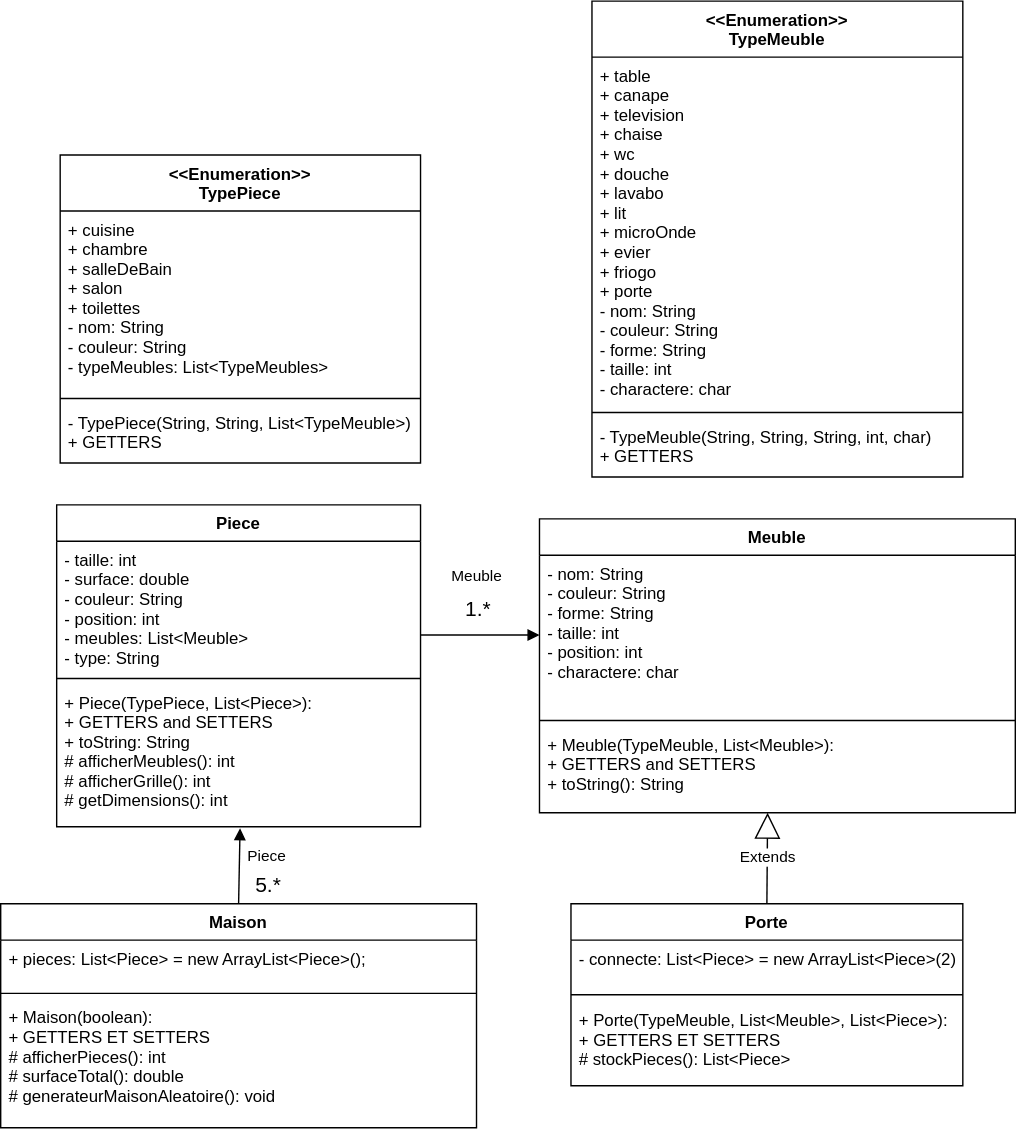
The draw.io diagram TP9_MaisonVirtuelle/assets/diagramme_de_classe.drawio.svg in jeremyfouquet/heritage_java, before a commit. Source tidied: cells renumbered, new cells last; positions are measured from the earlier drawing's top-left corner, leaving out a move shared by most shapes.
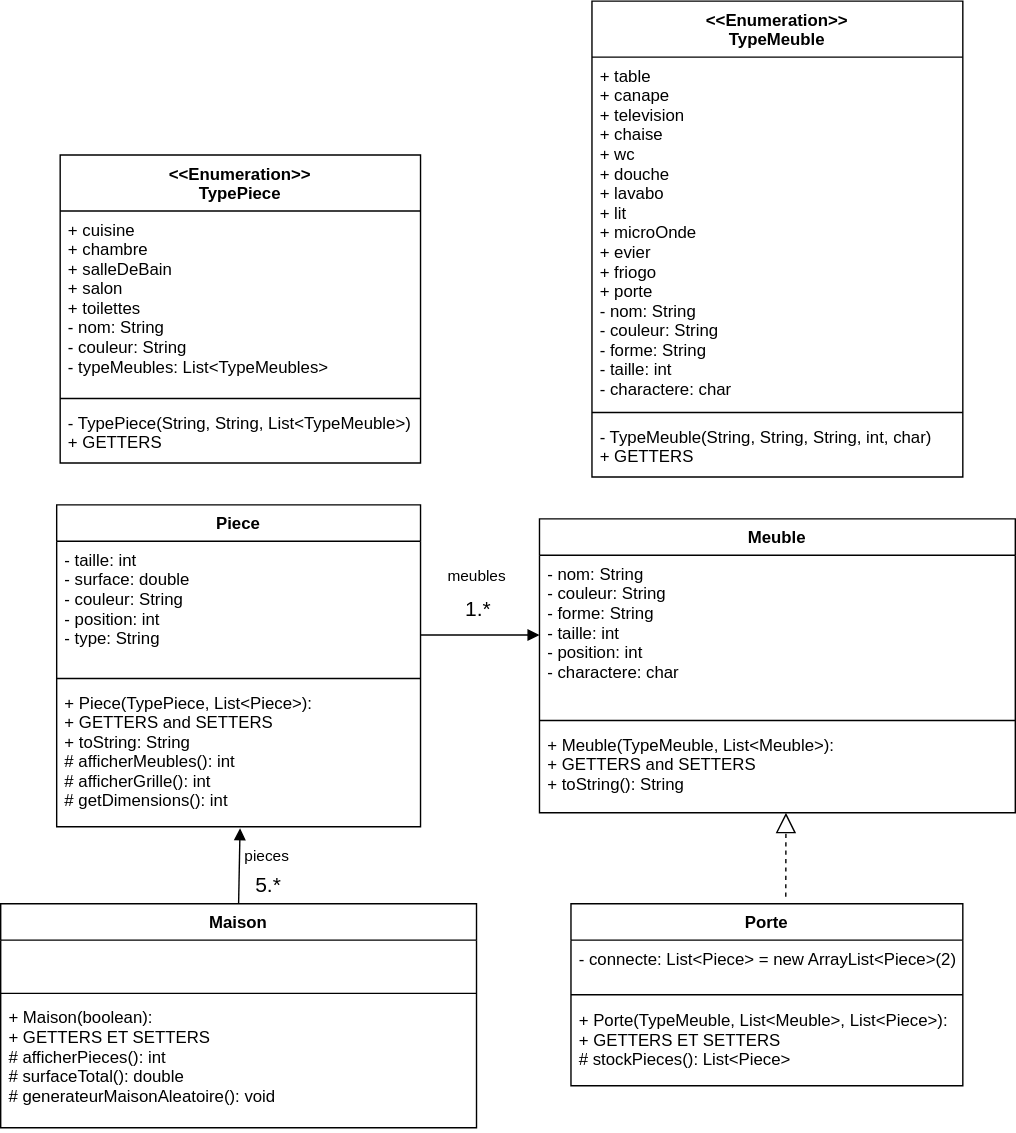
Later version of the same file.

Diff of the diagram source:
```diff
@@ -5,7 +5,7 @@
     <mxCell id="2" value="Piece" style="swimlane;fontStyle=1;align=center;verticalAlign=top;horizontal=1;startSize=26;" parent="1" vertex="1">
       <mxGeometry x="40" y="360" width="260" height="230" as="geometry" />
     </mxCell>
-    <mxCell id="3" value="- taille: int&#10;- surface: double&#10;- couleur: String&#10;- position: int&#10;- meubles: List&lt;Meuble&gt;&#10;- type: String" style="text;strokeColor=none;fillColor=none;align=left;verticalAlign=top;spacingLeft=4;spacingRight=4;overflow=hidden;fontStyle=0;" parent="2" vertex="1">
+    <mxCell id="3" value="- taille: int&#10;- surface: double&#10;- couleur: String&#10;- position: int&#10;- type: String" style="text;strokeColor=none;fillColor=none;align=left;verticalAlign=top;spacingLeft=4;spacingRight=4;overflow=hidden;fontStyle=0;" parent="2" vertex="1">
       <mxGeometry y="26" width="260" height="94" as="geometry" />
     </mxCell>
     <mxCell id="4" style="line;strokeWidth=1;fillColor=none;align=left;verticalAlign=middle;spacingTop=-1;spacingLeft=3;spacingRight=3;labelPosition=right;" parent="2" vertex="1">
@@ -38,7 +38,7 @@
     <mxCell id="13" value="+ Meuble(TypeMeuble, List&lt;Meuble&gt;):&#10;+ GETTERS and SETTERS&#10;+ toString(): String" style="text;strokeColor=none;fillColor=none;align=left;verticalAlign=top;spacingLeft=4;spacingRight=4;overflow=hidden;points=[[0,0.5],[1,0.5]];portConstraint=eastwest;fontStyle=0;" parent="10" vertex="1">
       <mxGeometry y="148" width="340" height="62" as="geometry" />
     </mxCell>
-    <mxCell id="14" value="Piece" style="html=1;verticalAlign=bottom;endArrow=block;rounded=0;exitX=0.5;exitY=0;exitDx=0;exitDy=0;entryX=0.504;entryY=1.01;entryDx=0;entryDy=0;entryPerimeter=0;" parent="1" edge="1" source="20" target="5">
+    <mxCell id="14" value="pieces" style="html=1;verticalAlign=bottom;endArrow=block;rounded=0;exitX=0.5;exitY=0;exitDx=0;exitDy=0;entryX=0.504;entryY=1.01;entryDx=0;entryDy=0;entryPerimeter=0;" parent="1" edge="1" source="20" target="5">
       <mxGeometry x="-0.06" y="-20" relative="1" as="geometry" />
     </mxCell>
     <mxCell id="15" value="&lt;font style=&quot;font-size: 15px&quot;&gt;5.*&lt;/font&gt;" style="edgeLabel;html=1;align=center;verticalAlign=middle;" parent="14" vertex="1">
@@ -61,7 +61,7 @@
     <mxCell id="20" value="Maison" style="swimlane;fontStyle=1;align=center;verticalAlign=top;horizontal=1;startSize=26;" parent="1" vertex="1">
       <mxGeometry y="645" width="340" height="160" as="geometry" />
     </mxCell>
-    <mxCell id="21" value="+ pieces: List&lt;Piece&gt; = new ArrayList&lt;Piece&gt;();" style="text;strokeColor=none;fillColor=none;align=left;verticalAlign=top;spacingLeft=4;spacingRight=4;overflow=hidden;fontStyle=0;" parent="20" vertex="1">
+    <mxCell id="21" value=" " style="text;strokeColor=none;fillColor=none;align=left;verticalAlign=top;spacingLeft=4;spacingRight=4;overflow=hidden;fontStyle=0;" parent="20" vertex="1">
       <mxGeometry y="26" width="340" height="34" as="geometry" />
     </mxCell>
     <mxCell id="22" style="line;strokeWidth=1;fillColor=none;align=left;verticalAlign=middle;spacingTop=-1;spacingLeft=3;spacingRight=3;labelPosition=right;" parent="20" vertex="1">
@@ -70,7 +70,7 @@
     <mxCell id="23" value="+ Maison(boolean):&#10;+ GETTERS ET SETTERS&#10;# afficherPieces(): int&#10;# surfaceTotal(): double&#10;# generateurMaisonAleatoire(): void&#10;" style="text;strokeColor=none;fillColor=none;align=left;verticalAlign=top;spacingLeft=4;spacingRight=4;overflow=hidden;fontStyle=0;" parent="20" vertex="1">
       <mxGeometry y="68" width="340" height="92" as="geometry" />
     </mxCell>
-    <mxCell id="24" value="Meuble" style="html=1;verticalAlign=bottom;endArrow=block;rounded=0;entryX=0;entryY=0.5;entryDx=0;entryDy=0;" parent="1" edge="1" target="11">
+    <mxCell id="24" value="meubles" style="html=1;verticalAlign=bottom;endArrow=block;rounded=0;entryX=0;entryY=0.5;entryDx=0;entryDy=0;" parent="1" edge="1" target="11">
       <mxGeometry x="-0.06" y="33" relative="1" as="geometry">
         <mxPoint x="300" y="453" as="sourcePoint" />
       </mxGeometry>
@@ -80,11 +80,6 @@
         <mxPoint x="-19" y="-22" as="offset" />
       </mxGeometry>
     </mxCell>
-    <mxCell id="26" value="Extends" style="endArrow=block;endSize=16;endFill=0;html=1;rounded=0;exitX=0.5;exitY=0;exitDx=0;exitDy=0;" parent="1" edge="1" source="6">
-      <mxGeometry relative="1" as="geometry">
-        <mxPoint x="548" y="580" as="targetPoint" />
-      </mxGeometry>
-    </mxCell>
     <mxCell id="27" value="&lt;&lt;Enumeration&gt;&gt;&#10;TypeMeuble" style="swimlane;fontStyle=1;align=center;verticalAlign=top;horizontal=1;startSize=40;" parent="1" vertex="1">
       <mxGeometry x="422.5" width="265" height="340" as="geometry" />
     </mxCell>
@@ -97,5 +92,10 @@
     <mxCell id="30" value="- TypeMeuble(String, String, String, int, char)&#10;+ GETTERS" style="text;strokeColor=none;fillColor=none;align=left;verticalAlign=top;spacingLeft=4;spacingRight=4;overflow=hidden;fontStyle=0;" parent="27" vertex="1">
       <mxGeometry y="298" width="265" height="42" as="geometry" />
     </mxCell>
+    <mxCell id="31" style="endArrow=block;dashed=1;endFill=0;endSize=12;html=1;rounded=0;entryX=0.518;entryY=1;entryDx=0;entryDy=0;entryPerimeter=0;" parent="1" edge="1" target="13">
+      <mxGeometry relative="1" as="geometry">
+        <mxPoint x="561" y="640" as="sourcePoint" />
+      </mxGeometry>
+    </mxCell>
   </root>
 </mxGraphModel>
```
